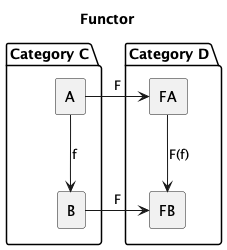
The PlantUML diagram docs/01-functor.png in mavaji/free-monad, before a commit.
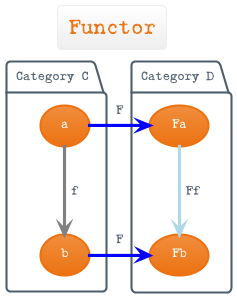
Above is the later version.

The edit, as a diff of the source:
```diff
@@ -1,18 +1,20 @@
 @startuml
+!theme aws-orange
+skinparam defaultFontName "Gabriele Black Ribbon FG"
 title Functor
 
 package "Category C" as C{
-  rectangle A
-  rectangle B
-  A --> B : f
+  (a)
+  (b)
+  a -[#gray]-> b : f
 }
 
 package "Category D" as D{
-  rectangle FA
-  rectangle FB
-  FA --> FB : "F(f)"
+  (Fa)
+  (Fb)
+  Fa -[#lightblue]-> Fb : "Ff"
 }
 
-A -r--> FA : F
-B -r--> FB : F
+a -r[#blue]-> Fa : F
+b -r[#blue]-> Fb : F
 @enduml
```
